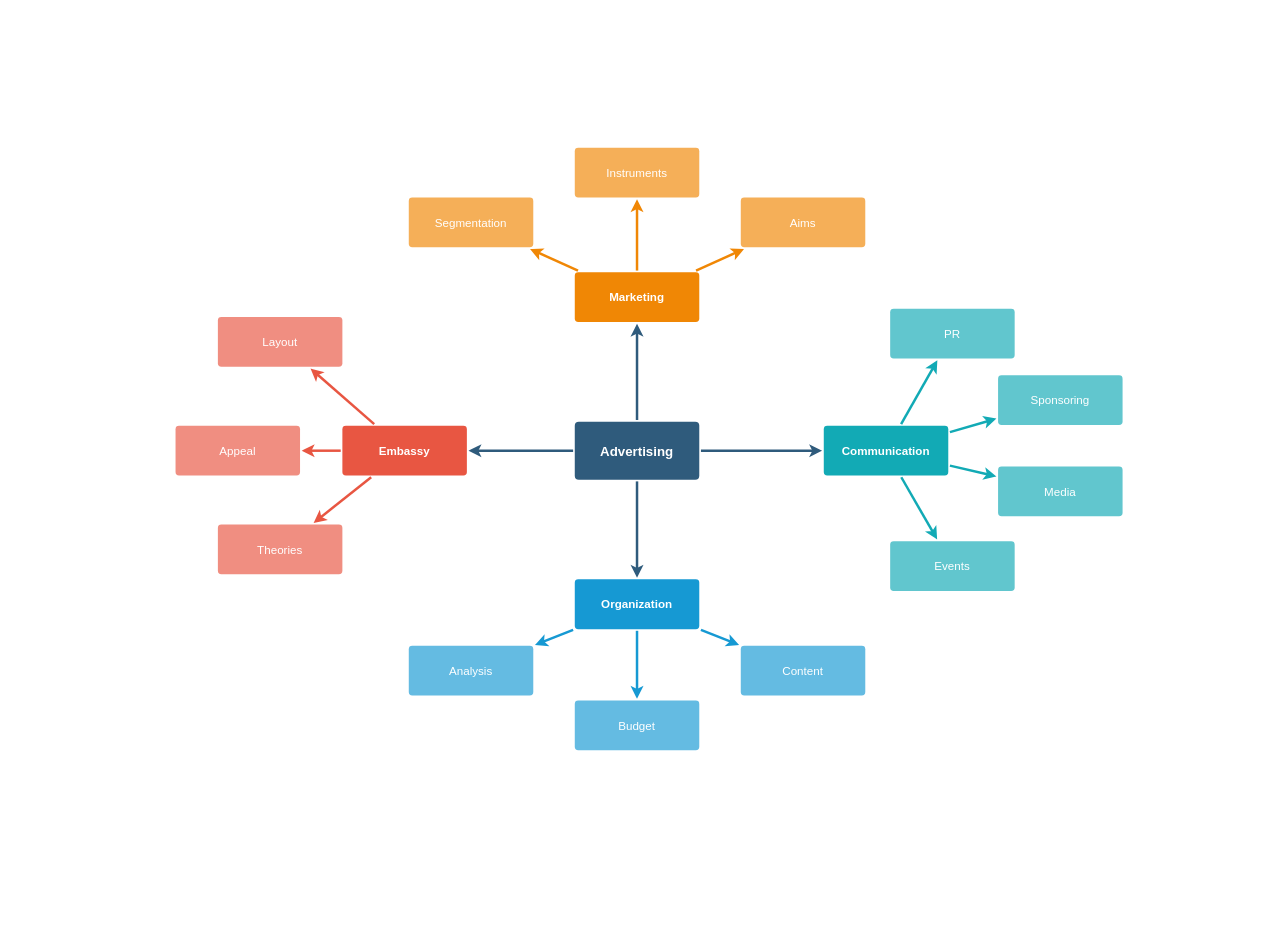
Above: Untitled Diagram.drawio in Belfchi/asda (draw.io), before the change. Source tidied: cells renumbered, new cells numbered last; positions are measured from the earlier drawing's top-left corner, leaving out a move shared by most shapes. Both pictures are drawn from the tidied source at 83%, with x=0, y=0 at pixel (175, 147).
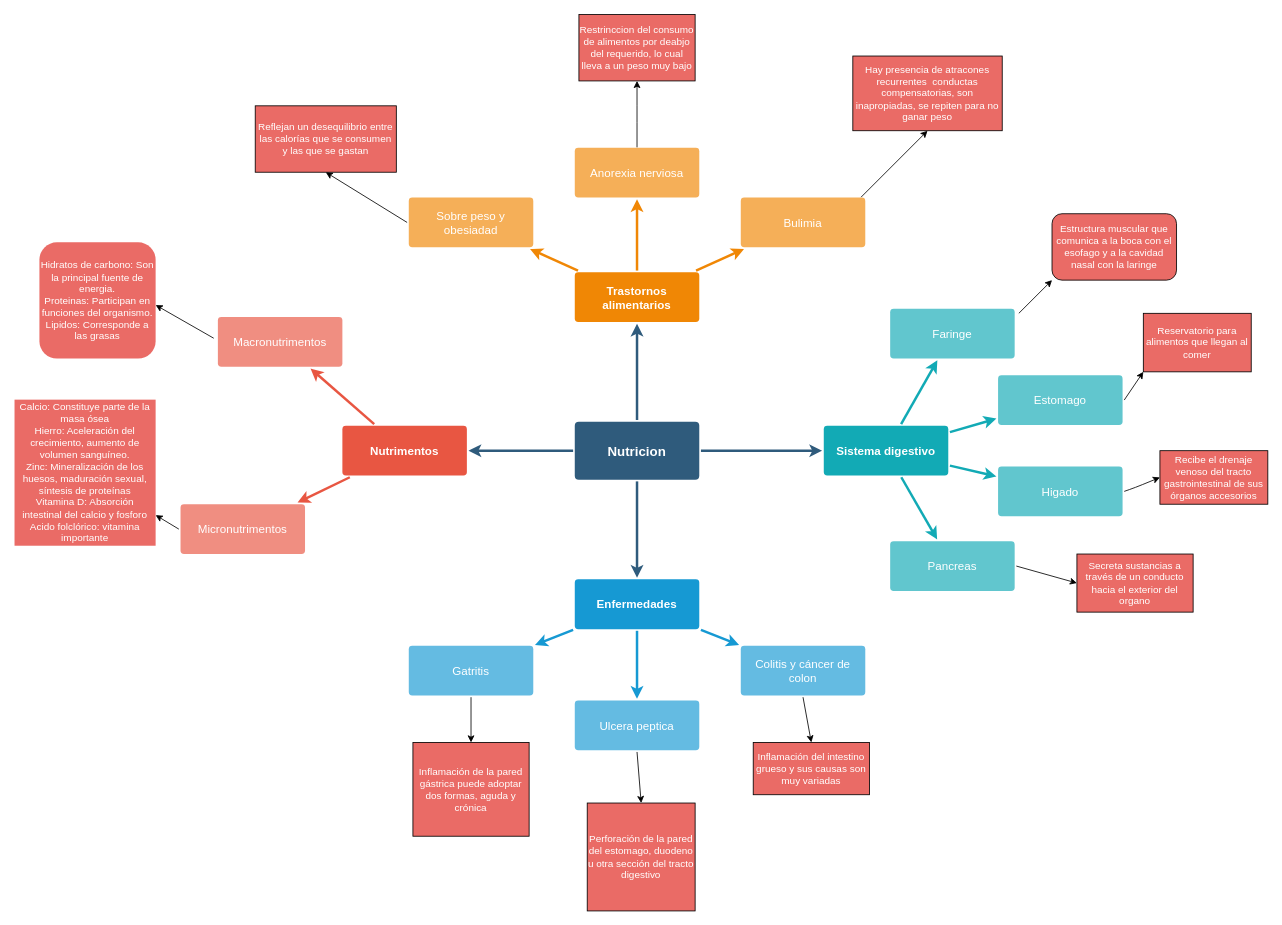
The same page after the edit.

Diff of the diagram source:
```diff
@@
-    <mxCell id="6" value="Advertising" style="rounded=1;whiteSpace=wrap;html=1;shadow=0;labelBackgroundColor=none;strokeColor=none;strokeWidth=3;fillColor=#2F5B7C;fontFamily=Helvetica;fontSize=16;fontColor=#FFFFFF;align=center;fontStyle=1;spacing=5;arcSize=7;perimeterSpacing=2;" parent="1" vertex="1">
+    <mxCell id="6" value="Nutricion" style="rounded=1;whiteSpace=wrap;html=1;shadow=0;labelBackgroundColor=none;strokeColor=none;strokeWidth=3;fillColor=#2F5B7C;fontFamily=Helvetica;fontSize=16;fontColor=#FFFFFF;align=center;fontStyle=1;spacing=5;arcSize=7;perimeterSpacing=2;" parent="1" vertex="1">
       <mxGeometry x="481" y="330.5" width="150" height="70" as="geometry" />
     </mxCell>
@@
-    <mxCell id="9" style="edgeStyle=none;rounded=1;jumpStyle=none;html=1;shadow=0;labelBackgroundColor=none;startArrow=none;startFill=0;jettySize=auto;strokeColor=#E85642;strokeWidth=3;fontFamily=Helvetica;fontSize=14;fontColor=#FFFFFF;spacing=5;fontStyle=1;fillColor=#b0e3e6;" parent="1" edge="1" source="10" target="11">
-      <mxGeometry relative="1" as="geometry" />
-    </mxCell>
-    <mxCell id="10" value="Embassy" style="rounded=1;whiteSpace=wrap;html=1;shadow=0;labelBackgroundColor=none;strokeColor=none;strokeWidth=3;fillColor=#e85642;fontFamily=Helvetica;fontSize=14;fontColor=#FFFFFF;align=center;spacing=5;fontStyle=1;arcSize=7;perimeterSpacing=2;" parent="1" vertex="1">
+    <mxCell id="10" value="Nutrimentos" style="rounded=1;whiteSpace=wrap;html=1;shadow=0;labelBackgroundColor=none;strokeColor=none;strokeWidth=3;fillColor=#e85642;fontFamily=Helvetica;fontSize=14;fontColor=#FFFFFF;align=center;spacing=5;fontStyle=1;arcSize=7;perimeterSpacing=2;" parent="1" vertex="1">
       <mxGeometry x="201" y="335.5" width="150" height="60" as="geometry" />
     </mxCell>
-    <mxCell id="11" value="Theories" style="rounded=1;whiteSpace=wrap;html=1;shadow=0;labelBackgroundColor=none;strokeColor=none;strokeWidth=3;fillColor=#f08e81;fontFamily=Helvetica;fontSize=14;fontColor=#FFFFFF;align=center;spacing=5;fontStyle=0;arcSize=7;perimeterSpacing=2;" parent="1" vertex="1">
-      <mxGeometry x="51" y="454.5" width="150" height="60" as="geometry" />
-    </mxCell>
-    <mxCell id="12" value="Appeal" style="rounded=1;whiteSpace=wrap;html=1;shadow=0;labelBackgroundColor=none;strokeColor=none;strokeWidth=3;fillColor=#f08e81;fontFamily=Helvetica;fontSize=14;fontColor=#FFFFFF;align=center;spacing=5;fontStyle=0;arcSize=7;perimeterSpacing=2;" parent="1" vertex="1">
-      <mxGeometry y="335.5" width="150" height="60" as="geometry" />
+    <mxCell id="12" value="Micronutrimentos" style="rounded=1;whiteSpace=wrap;html=1;shadow=0;labelBackgroundColor=none;strokeColor=none;strokeWidth=3;fillColor=#f08e81;fontFamily=Helvetica;fontSize=14;fontColor=#FFFFFF;align=center;spacing=5;fontStyle=0;arcSize=7;perimeterSpacing=2;" parent="1" vertex="1">
+      <mxGeometry x="6" y="430" width="150" height="60" as="geometry" />
     </mxCell>
-    <mxCell id="13" value="Layout" style="rounded=1;whiteSpace=wrap;html=1;shadow=0;labelBackgroundColor=none;strokeColor=none;strokeWidth=3;fillColor=#f08e81;fontFamily=Helvetica;fontSize=14;fontColor=#FFFFFF;align=center;spacing=5;fontStyle=0;arcSize=7;perimeterSpacing=2;" parent="1" vertex="1">
+    <mxCell id="13" value="Macronutrimentos" style="rounded=1;whiteSpace=wrap;html=1;shadow=0;labelBackgroundColor=none;strokeColor=none;strokeWidth=3;fillColor=#f08e81;fontFamily=Helvetica;fontSize=14;fontColor=#FFFFFF;align=center;spacing=5;fontStyle=0;arcSize=7;perimeterSpacing=2;" parent="1" vertex="1">
       <mxGeometry x="51" y="204.5" width="150" height="60" as="geometry" />
     </mxCell>
@@
-    <mxCell id="17" value="Organization" style="rounded=1;whiteSpace=wrap;html=1;shadow=0;labelBackgroundColor=none;strokeColor=none;strokeWidth=3;fillColor=#1699d3;fontFamily=Helvetica;fontSize=14;fontColor=#FFFFFF;align=center;spacing=5;fontStyle=1;arcSize=7;perimeterSpacing=2;" parent="1" vertex="1">
+    <mxCell id="17" value="Enfermedades" style="rounded=1;whiteSpace=wrap;html=1;shadow=0;labelBackgroundColor=none;strokeColor=none;strokeWidth=3;fillColor=#1699d3;fontFamily=Helvetica;fontSize=14;fontColor=#FFFFFF;align=center;spacing=5;fontStyle=1;arcSize=7;perimeterSpacing=2;" parent="1" vertex="1">
       <mxGeometry x="481" y="520.5" width="150" height="60" as="geometry" />
     </mxCell>
-    <mxCell id="18" value="Content" style="rounded=1;whiteSpace=wrap;html=1;shadow=0;labelBackgroundColor=none;strokeColor=none;strokeWidth=3;fillColor=#64bbe2;fontFamily=Helvetica;fontSize=14;fontColor=#FFFFFF;align=center;spacing=5;arcSize=7;perimeterSpacing=2;" parent="1" vertex="1">
+    <mxCell id="18" value="Colitis y cáncer de colon" style="rounded=1;whiteSpace=wrap;html=1;shadow=0;labelBackgroundColor=none;strokeColor=none;strokeWidth=3;fillColor=#64bbe2;fontFamily=Helvetica;fontSize=14;fontColor=#FFFFFF;align=center;spacing=5;arcSize=7;perimeterSpacing=2;" parent="1" vertex="1">
       <mxGeometry x="681" y="600.5" width="150" height="60" as="geometry" />
     </mxCell>
-    <mxCell id="19" value="Budget" style="rounded=1;whiteSpace=wrap;html=1;shadow=0;labelBackgroundColor=none;strokeColor=none;strokeWidth=3;fillColor=#64bbe2;fontFamily=Helvetica;fontSize=14;fontColor=#FFFFFF;align=center;spacing=5;arcSize=7;perimeterSpacing=2;" parent="1" vertex="1">
+    <mxCell id="19" value="Ulcera peptica" style="rounded=1;whiteSpace=wrap;html=1;shadow=0;labelBackgroundColor=none;strokeColor=none;strokeWidth=3;fillColor=#64bbe2;fontFamily=Helvetica;fontSize=14;fontColor=#FFFFFF;align=center;spacing=5;arcSize=7;perimeterSpacing=2;" parent="1" vertex="1">
       <mxGeometry x="481" y="666.5" width="150" height="60" as="geometry" />
     </mxCell>
-    <mxCell id="20" value="Analysis" style="rounded=1;whiteSpace=wrap;html=1;shadow=0;labelBackgroundColor=none;strokeColor=none;strokeWidth=3;fillColor=#64bbe2;fontFamily=Helvetica;fontSize=14;fontColor=#FFFFFF;align=center;spacing=5;arcSize=7;perimeterSpacing=2;" parent="1" vertex="1">
+    <mxCell id="20" value="Gatritis" style="rounded=1;whiteSpace=wrap;html=1;shadow=0;labelBackgroundColor=none;strokeColor=none;strokeWidth=3;fillColor=#64bbe2;fontFamily=Helvetica;fontSize=14;fontColor=#FFFFFF;align=center;spacing=5;arcSize=7;perimeterSpacing=2;" parent="1" vertex="1">
       <mxGeometry x="281" y="600.5" width="150" height="60" as="geometry" />
     </mxCell>
-    <mxCell id="21" value="Marketing" style="rounded=1;whiteSpace=wrap;html=1;shadow=0;labelBackgroundColor=none;strokeColor=none;strokeWidth=3;fillColor=#F08705;fontFamily=Helvetica;fontSize=14;fontColor=#FFFFFF;align=center;spacing=5;fontStyle=1;arcSize=7;perimeterSpacing=2;" parent="1" vertex="1">
+    <mxCell id="21" value="Trastornos alimentarios" style="rounded=1;whiteSpace=wrap;html=1;shadow=0;labelBackgroundColor=none;strokeColor=none;strokeWidth=3;fillColor=#F08705;fontFamily=Helvetica;fontSize=14;fontColor=#FFFFFF;align=center;spacing=5;fontStyle=1;arcSize=7;perimeterSpacing=2;" parent="1" vertex="1">
       <mxGeometry x="481" y="150.5" width="150" height="60" as="geometry" />
     </mxCell>
-    <mxCell id="22" value="Aims&lt;br&gt;" style="rounded=1;whiteSpace=wrap;html=1;shadow=0;labelBackgroundColor=none;strokeColor=none;strokeWidth=3;fillColor=#f5af58;fontFamily=Helvetica;fontSize=14;fontColor=#FFFFFF;align=center;spacing=5;arcSize=7;perimeterSpacing=2;" parent="1" vertex="1">
+    <mxCell id="22" value="Bulimia" style="rounded=1;whiteSpace=wrap;html=1;shadow=0;labelBackgroundColor=none;strokeColor=none;strokeWidth=3;fillColor=#f5af58;fontFamily=Helvetica;fontSize=14;fontColor=#FFFFFF;align=center;spacing=5;arcSize=7;perimeterSpacing=2;" parent="1" vertex="1">
       <mxGeometry x="681" y="60.5" width="150" height="60" as="geometry" />
     </mxCell>
@@
-    <mxCell id="24" value="Instruments" style="rounded=1;whiteSpace=wrap;html=1;shadow=0;labelBackgroundColor=none;strokeColor=none;strokeWidth=3;fillColor=#f5af58;fontFamily=Helvetica;fontSize=14;fontColor=#FFFFFF;align=center;spacing=5;arcSize=7;perimeterSpacing=2;" parent="1" vertex="1">
+    <mxCell id="24" value="Anorexia nerviosa" style="rounded=1;whiteSpace=wrap;html=1;shadow=0;labelBackgroundColor=none;strokeColor=none;strokeWidth=3;fillColor=#f5af58;fontFamily=Helvetica;fontSize=14;fontColor=#FFFFFF;align=center;spacing=5;arcSize=7;perimeterSpacing=2;" parent="1" vertex="1">
       <mxGeometry x="481" y="0.5" width="150" height="60" as="geometry" />
     </mxCell>
@@
-    <mxCell id="26" value="Segmentation" style="rounded=1;whiteSpace=wrap;html=1;shadow=0;labelBackgroundColor=none;strokeColor=none;strokeWidth=3;fillColor=#f5af58;fontFamily=Helvetica;fontSize=14;fontColor=#FFFFFF;align=center;spacing=5;arcSize=7;perimeterSpacing=2;" parent="1" vertex="1">
+    <mxCell id="26" value="Sobre peso y obesiadad" style="rounded=1;whiteSpace=wrap;html=1;shadow=0;labelBackgroundColor=none;strokeColor=none;strokeWidth=3;fillColor=#f5af58;fontFamily=Helvetica;fontSize=14;fontColor=#FFFFFF;align=center;spacing=5;arcSize=7;perimeterSpacing=2;" parent="1" vertex="1">
       <mxGeometry x="281" y="60.5" width="150" height="60" as="geometry" />
     </mxCell>
@@
-    <mxCell id="28" value="Communication" style="rounded=1;whiteSpace=wrap;html=1;shadow=0;labelBackgroundColor=none;strokeColor=none;strokeWidth=3;fillColor=#12aab5;fontFamily=Helvetica;fontSize=14;fontColor=#FFFFFF;align=center;spacing=5;fontStyle=1;arcSize=7;perimeterSpacing=2;" parent="1" vertex="1">
+    <mxCell id="28" value="Sistema digestivo" style="rounded=1;whiteSpace=wrap;html=1;shadow=0;labelBackgroundColor=none;strokeColor=none;strokeWidth=3;fillColor=#12aab5;fontFamily=Helvetica;fontSize=14;fontColor=#FFFFFF;align=center;spacing=5;fontStyle=1;arcSize=7;perimeterSpacing=2;" parent="1" vertex="1">
       <mxGeometry x="781" y="335.5" width="150" height="60" as="geometry" />
     </mxCell>
-    <mxCell id="29" value="Events" style="rounded=1;whiteSpace=wrap;html=1;shadow=0;labelBackgroundColor=none;strokeColor=none;strokeWidth=3;fillColor=#61c6ce;fontFamily=Helvetica;fontSize=14;fontColor=#FFFFFF;align=center;spacing=5;fontStyle=0;arcSize=7;perimeterSpacing=2;" parent="1" vertex="1">
+    <mxCell id="29" value="Pancreas" style="rounded=1;whiteSpace=wrap;html=1;shadow=0;labelBackgroundColor=none;strokeColor=none;strokeWidth=3;fillColor=#61c6ce;fontFamily=Helvetica;fontSize=14;fontColor=#FFFFFF;align=center;spacing=5;fontStyle=0;arcSize=7;perimeterSpacing=2;" parent="1" vertex="1">
       <mxGeometry x="861" y="474.5" width="150" height="60" as="geometry" />
     </mxCell>
@@
-    <mxCell id="31" value="Media" style="rounded=1;whiteSpace=wrap;html=1;shadow=0;labelBackgroundColor=none;strokeColor=none;strokeWidth=3;fillColor=#61c6ce;fontFamily=Helvetica;fontSize=14;fontColor=#FFFFFF;align=center;spacing=5;fontStyle=0;arcSize=7;perimeterSpacing=2;" parent="1" vertex="1">
+    <mxCell id="31" value="Higado" style="rounded=1;whiteSpace=wrap;html=1;shadow=0;labelBackgroundColor=none;strokeColor=none;strokeWidth=3;fillColor=#61c6ce;fontFamily=Helvetica;fontSize=14;fontColor=#FFFFFF;align=center;spacing=5;fontStyle=0;arcSize=7;perimeterSpacing=2;" parent="1" vertex="1">
       <mxGeometry x="991" y="384.5" width="150" height="60" as="geometry" />
     </mxCell>
@@
-    <mxCell id="33" value="Sponsoring" style="rounded=1;whiteSpace=wrap;html=1;shadow=0;labelBackgroundColor=none;strokeColor=none;strokeWidth=3;fillColor=#61c6ce;fontFamily=Helvetica;fontSize=14;fontColor=#FFFFFF;align=center;spacing=5;fontStyle=0;arcSize=7;perimeterSpacing=2;" parent="1" vertex="1">
+    <mxCell id="33" value="Estomago" style="rounded=1;whiteSpace=wrap;html=1;shadow=0;labelBackgroundColor=none;strokeColor=none;strokeWidth=3;fillColor=#61c6ce;fontFamily=Helvetica;fontSize=14;fontColor=#FFFFFF;align=center;spacing=5;fontStyle=0;arcSize=7;perimeterSpacing=2;" parent="1" vertex="1">
       <mxGeometry x="991" y="274.5" width="150" height="60" as="geometry" />
     </mxCell>
@@
-    <mxCell id="35" value="PR" style="rounded=1;whiteSpace=wrap;html=1;shadow=0;labelBackgroundColor=none;strokeColor=none;strokeWidth=3;fillColor=#61c6ce;fontFamily=Helvetica;fontSize=14;fontColor=#FFFFFF;align=center;spacing=5;fontStyle=0;arcSize=7;perimeterSpacing=2;" parent="1" vertex="1">
+    <mxCell id="35" value="Faringe" style="rounded=1;whiteSpace=wrap;html=1;shadow=0;labelBackgroundColor=none;strokeColor=none;strokeWidth=3;fillColor=#61c6ce;fontFamily=Helvetica;fontSize=14;fontColor=#FFFFFF;align=center;spacing=5;fontStyle=0;arcSize=7;perimeterSpacing=2;" parent="1" vertex="1">
       <mxGeometry x="861" y="194.5" width="150" height="60" as="geometry" />
     </mxCell>
@@
+    <mxCell id="37" style="endArrow=classic;html=1;exitX=0;exitY=0.5;exitDx=0;exitDy=0;" parent="1" edge="1" source="12" target="40">
+      <mxGeometry relative="1" as="geometry" />
+    </mxCell>
+    <mxCell id="38" style="endArrow=classic;html=1;entryX=0.75;entryY=1;entryDx=0;entryDy=0;" parent="1" edge="1">
+      <mxGeometry relative="1" as="geometry">
+        <mxPoint x="46" y="230" as="sourcePoint" />
+        <mxPoint x="-24" y="190" as="targetPoint" />
+      </mxGeometry>
+    </mxCell>
+    <mxCell id="39" value="Hidratos de carbono: Son la principal fuente de energia.&lt;br&gt;Proteinas: Participan en funciones del organismo.&lt;br&gt;Lipidos: Corresponde a las grasas" style="rounded=1;whiteSpace=wrap;html=1;labelBackgroundColor=none;fontColor=#FFFFFF;strokeColor=none;fillColor=#EA6B66;" parent="1" vertex="1">
+      <mxGeometry x="-164" y="114.5" width="140" height="140" as="geometry" />
+    </mxCell>
+    <mxCell id="40" value="Calcio: Constituye parte de la masa ósea&lt;br&gt;Hierro: Aceleración del crecimiento, aumento de volumen sanguíneo.&lt;br&gt;Zinc: Mineralización de los huesos, maduración sexual, síntesis de proteínas&lt;br&gt;Vitamina D: Absorción intestinal del calcio y fosforo&lt;br&gt;Acido folclórico: vitamina importante" style="rounded=0;whiteSpace=wrap;html=1;strokeColor=none;fillColor=#EA6B66;fontColor=#FFFFFF;" parent="1" vertex="1">
+      <mxGeometry x="-194" y="304" width="170" height="176" as="geometry" />
+    </mxCell>
+    <mxCell id="41" value="Reflejan un desequilibrio entre las calorías que se consumen y las que se gastan" style="rounded=0;whiteSpace=wrap;html=1;labelBackgroundColor=none;fillColor=#EA6B66;fontColor=#FFFFFF;" parent="1" vertex="1">
+      <mxGeometry x="96" y="-50" width="170" height="80" as="geometry" />
+    </mxCell>
+    <mxCell id="42" value="Restrinccion del consumo de alimentos por deabjo del requerido, lo cual lleva a un peso muy bajo" style="rounded=0;whiteSpace=wrap;html=1;labelBackgroundColor=none;fillColor=#EA6B66;fontColor=#FFFFFF;" parent="1" vertex="1">
+      <mxGeometry x="486" y="-160" width="140" height="80" as="geometry" />
+    </mxCell>
+    <mxCell id="43" style="endArrow=classic;html=1;fontColor=#FFFFFF;entryX=0.5;entryY=1;entryDx=0;entryDy=0;" parent="1" edge="1" target="42">
+      <mxGeometry relative="1" as="geometry">
+        <mxPoint x="556" as="sourcePoint" />
+        <Array as="points">
+          <mxPoint x="556" y="-40" />
+        </Array>
+      </mxGeometry>
+    </mxCell>
+    <mxCell id="44" style="endArrow=classic;html=1;fontColor=#FFFFFF;entryX=0.5;entryY=1;entryDx=0;entryDy=0;exitX=0;exitY=0.5;exitDx=0;exitDy=0;" parent="1" edge="1" source="26" target="41">
+      <mxGeometry relative="1" as="geometry" />
+    </mxCell>
+    <mxCell id="45" value="Hay presencia de atracones recurrentes&amp;nbsp; conductas compensatorias, son inapropiadas, se repiten para no ganar peso" style="rounded=0;whiteSpace=wrap;html=1;labelBackgroundColor=none;fillColor=#EA6B66;fontColor=#FFFFFF;" parent="1" vertex="1">
+      <mxGeometry x="816" y="-110" width="180" height="90" as="geometry" />
+    </mxCell>
+    <mxCell id="46" style="endArrow=classic;html=1;fontColor=#FFFFFF;entryX=0.5;entryY=1;entryDx=0;entryDy=0;" parent="1" edge="1" target="45">
+      <mxGeometry relative="1" as="geometry">
+        <mxPoint x="826" y="60" as="sourcePoint" />
+      </mxGeometry>
+    </mxCell>
+    <mxCell id="47" value="Estructura muscular que comunica a la boca con el esofago y a la cavidad nasal con la laringe" style="rounded=1;whiteSpace=wrap;html=1;labelBackgroundColor=none;fillColor=#EA6B66;fontColor=#FFFFFF;" parent="1" vertex="1">
+      <mxGeometry x="1056" y="80" width="150" height="80" as="geometry" />
+    </mxCell>
+    <mxCell id="48" value="Reservatorio para alimentos que llegan al comer" style="rounded=0;whiteSpace=wrap;html=1;labelBackgroundColor=none;fillColor=#EA6B66;fontColor=#FFFFFF;" parent="1" vertex="1">
+      <mxGeometry x="1166" y="200" width="130" height="70.5" as="geometry" />
+    </mxCell>
+    <mxCell id="49" value="Recibe el drenaje venoso del tracto gastrointestinal de sus órganos accesorios" style="rounded=0;whiteSpace=wrap;html=1;labelBackgroundColor=none;fillColor=#EA6B66;fontColor=#FFFFFF;" parent="1" vertex="1">
+      <mxGeometry x="1186" y="365.5" width="130" height="64.5" as="geometry" />
+    </mxCell>
+    <mxCell id="50" value="Secreta sustancias a través de un conducto hacia el exterior del organo" style="rounded=0;whiteSpace=wrap;html=1;labelBackgroundColor=none;fillColor=#EA6B66;fontColor=#FFFFFF;" parent="1" vertex="1">
+      <mxGeometry x="1086" y="490" width="140" height="70" as="geometry" />
+    </mxCell>
+    <mxCell id="51" style="endArrow=classic;html=1;fontColor=#FFFFFF;entryX=0;entryY=0.5;entryDx=0;entryDy=0;exitX=1;exitY=0.5;exitDx=0;exitDy=0;" parent="1" edge="1" source="29" target="50">
+      <mxGeometry relative="1" as="geometry" />
+    </mxCell>
+    <mxCell id="52" style="endArrow=classic;html=1;fontColor=#FFFFFF;exitX=1;exitY=0.5;exitDx=0;exitDy=0;entryX=0;entryY=0.5;entryDx=0;entryDy=0;" parent="1" edge="1" source="31" target="49">
+      <mxGeometry relative="1" as="geometry">
+        <Array as="points">
+          <mxPoint x="1156" y="410" />
+        </Array>
+      </mxGeometry>
+    </mxCell>
+    <mxCell id="53" style="endArrow=classic;html=1;fontColor=#FFFFFF;exitX=1;exitY=0.5;exitDx=0;exitDy=0;entryX=0;entryY=1;entryDx=0;entryDy=0;" parent="1" edge="1" source="33" target="48">
+      <mxGeometry relative="1" as="geometry" />
+    </mxCell>
+    <mxCell id="54" style="endArrow=classic;html=1;fontColor=#FFFFFF;entryX=0;entryY=1;entryDx=0;entryDy=0;" parent="1" edge="1" target="47">
+      <mxGeometry relative="1" as="geometry">
+        <mxPoint x="1016" y="200" as="sourcePoint" />
+      </mxGeometry>
+    </mxCell>
+    <mxCell id="55" value="Perforación de la pared del estomago, duodeno u otra sección del tracto digestivo" style="rounded=0;whiteSpace=wrap;html=1;labelBackgroundColor=none;fillColor=#EA6B66;fontColor=#FFFFFF;" parent="1" vertex="1">
+      <mxGeometry x="496" y="790" width="130" height="130" as="geometry" />
+    </mxCell>
+    <mxCell id="56" value="Inflamación de la pared gástrica puede adoptar dos formas, aguda y crónica" style="rounded=0;whiteSpace=wrap;html=1;labelBackgroundColor=none;fillColor=#EA6B66;fontColor=#FFFFFF;" parent="1" vertex="1">
+      <mxGeometry x="286" y="717" width="140" height="113" as="geometry" />
+    </mxCell>
+    <mxCell id="57" value="Inflamación del intestino grueso y sus causas son muy variadas" style="rounded=0;whiteSpace=wrap;html=1;labelBackgroundColor=none;fillColor=#EA6B66;fontColor=#FFFFFF;" parent="1" vertex="1">
+      <mxGeometry x="696" y="717" width="140" height="63" as="geometry" />
+    </mxCell>
+    <mxCell id="58" style="endArrow=classic;html=1;fontColor=#FFFFFF;entryX=0.5;entryY=0;entryDx=0;entryDy=0;exitX=0.5;exitY=1;exitDx=0;exitDy=0;" parent="1" edge="1" source="20" target="56">
+      <mxGeometry relative="1" as="geometry" />
+    </mxCell>
+    <mxCell id="59" style="endArrow=classic;html=1;fontColor=#FFFFFF;exitX=0.5;exitY=1;exitDx=0;exitDy=0;entryX=0.5;entryY=0;entryDx=0;entryDy=0;" parent="1" edge="1" source="19" target="55">
+      <mxGeometry relative="1" as="geometry" />
+    </mxCell>
+    <mxCell id="60" style="endArrow=classic;html=1;fontColor=#FFFFFF;exitX=0.5;exitY=1;exitDx=0;exitDy=0;entryX=0.5;entryY=0;entryDx=0;entryDy=0;" parent="1" edge="1" source="18" target="57">
+      <mxGeometry relative="1" as="geometry" />
+    </mxCell>
```
